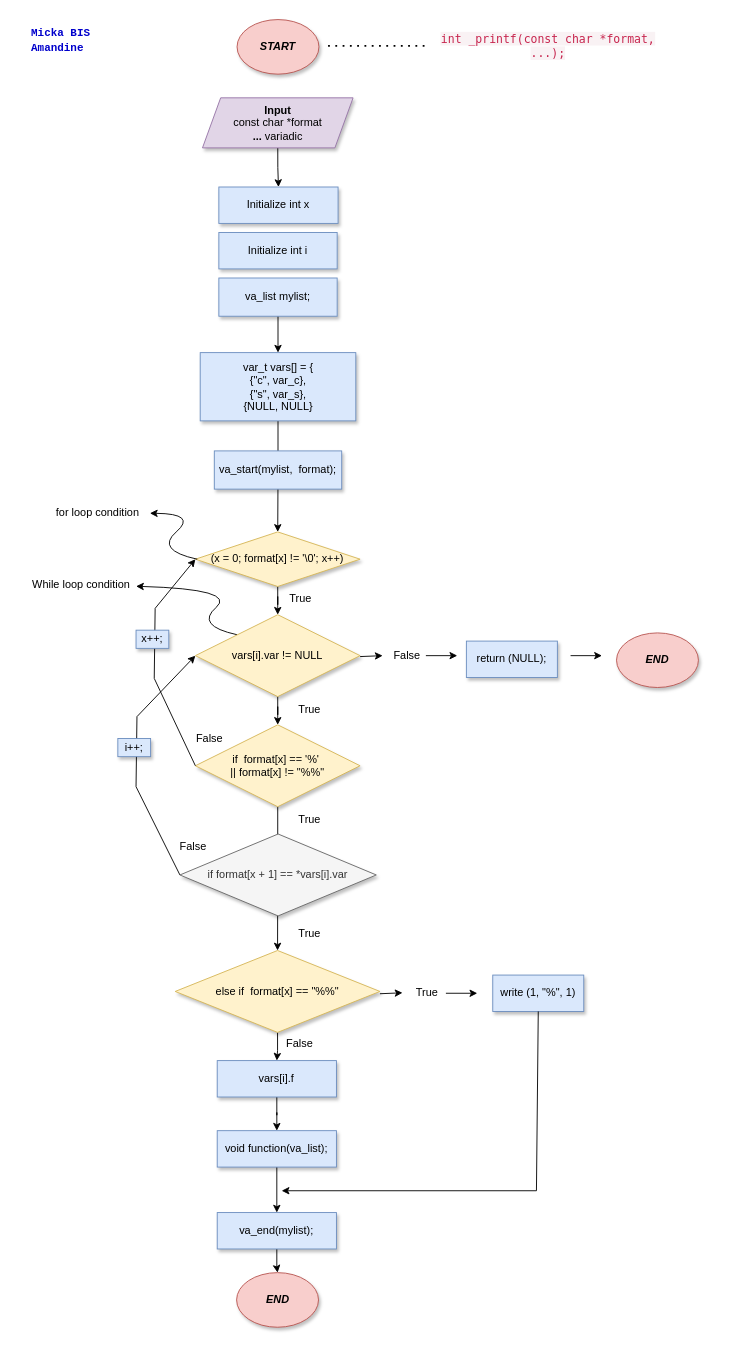
Above: page "Printf" (1 of 4) of Diagramme sans nom.drawio in Amandine4731/holbertonschool-printf (draw.io), before the change. Source tidied: cells renumbered, new cells numbered last; positions are measured from the earlier drawing's top-left corner, leaving out a move shared by most shapes. Both pictures are drawn from the tidied source at 91%, with x=0, y=0 at pixel (19, 19).
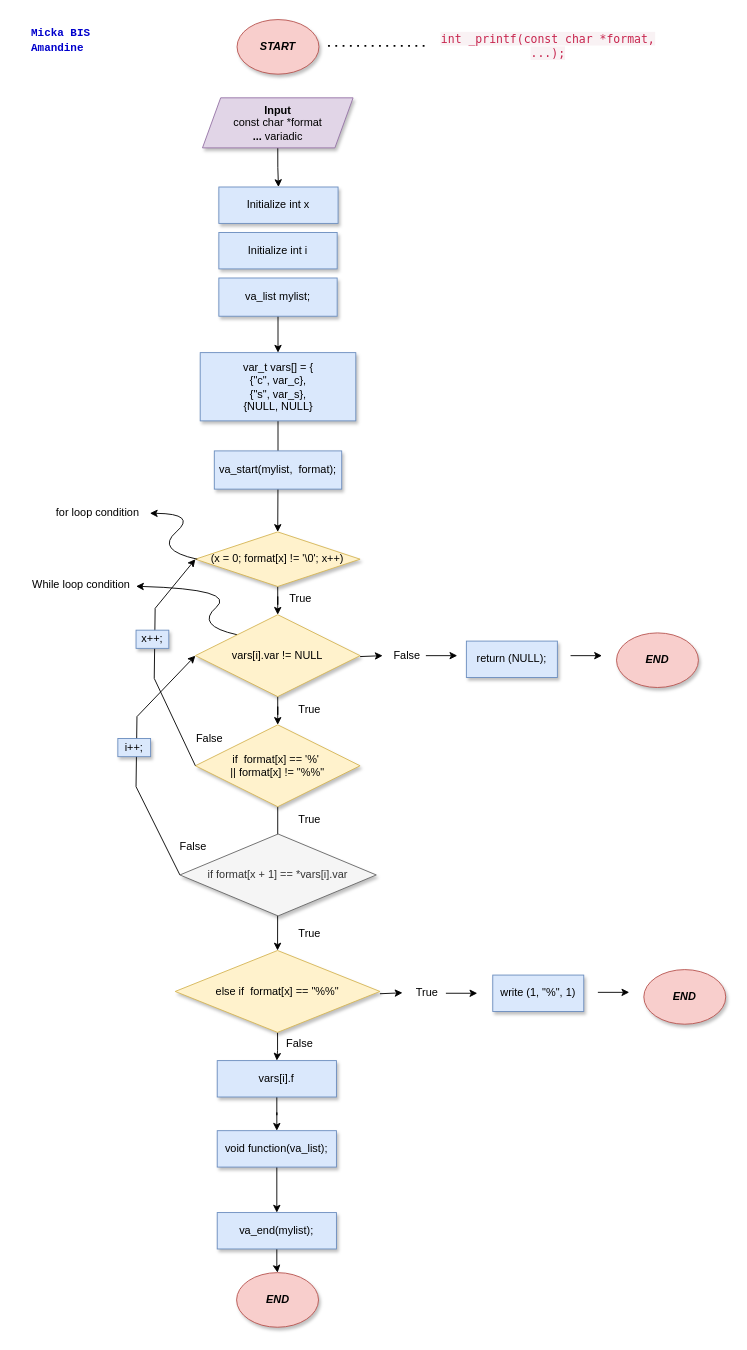
After the change.

Unchanged cells that the change refers to:
```xml
<mxCell id="40" value="write (1, &quot;%&quot;, 1)" style="rounded=0;whiteSpace=wrap;html=1;shadow=1;strokeWidth=1;fillColor=#dae8fc;strokeColor=#6c8ebf;" parent="1" vertex="1">
  <mxGeometry x="520" y="1050" width="100" height="40" as="geometry" />
</mxCell>
```

Diff of the diagram source:
```diff
@@
-    <mxCell id="41" style="endArrow=classic;html=1;rounded=0;exitX=0.5;exitY=1;exitDx=0;exitDy=0;entryX=0;entryY=0;entryDx=0;entryDy=0;" parent="1" edge="1" source="40">
-      <mxGeometry relative="1" as="geometry">
-        <mxPoint x="288" y="1287" as="targetPoint" />
-        <Array as="points">
-          <mxPoint x="568" y="1287" />
-        </Array>
-      </mxGeometry>
-    </mxCell>
@@
+    <mxCell id="58" style="endArrow=classic;html=1;rounded=0;exitX=1;exitY=0.5;exitDx=0;exitDy=0;" parent="1" edge="1">
+      <mxGeometry relative="1" as="geometry">
+        <mxPoint x="635.5" y="1069" as="sourcePoint" />
+        <mxPoint x="670" y="1069" as="targetPoint" />
+      </mxGeometry>
+    </mxCell>
+    <mxCell id="59" value="&lt;b&gt;&lt;i&gt;END&lt;/i&gt;&lt;/b&gt;" style="ellipse;whiteSpace=wrap;html=1;shadow=1;fillColor=#f8cecc;strokeColor=#b85450;" parent="1" vertex="1">
+      <mxGeometry x="686" y="1044" width="90" height="60" as="geometry" />
+    </mxCell>
```
